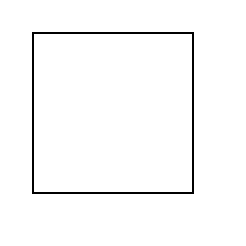
samsmithnz/SatisfactoryPlanning keeps this draw.io diagram as Untitled Diagram.drawio. Above is the earlier version. Source tidied: cells renumbered, new cells numbered last; positions are measured from the earlier drawing's top-left corner, leaving out a move shared by most shapes. Both pictures are drawn from the tidied source at 200%, with x=0, y=0 at pixel (32, 32).
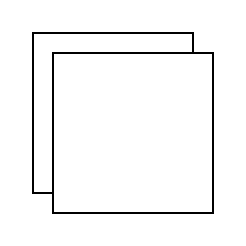
The same page after the edit.

The edit, as a diff of the source:
```diff
@@
 <mxGraphModel>
   <root>
     <mxCell id="0" />
     <mxCell id="1" parent="0" />
     <mxCell id="2" style="whiteSpace=wrap;html=1;" parent="1" vertex="1">
       <mxGeometry width="80" height="80" as="geometry" />
     </mxCell>
+    <mxCell id="3" style="whiteSpace=wrap;html=1;" parent="1" vertex="1">
+      <mxGeometry x="10" y="10" width="80" height="80" as="geometry" />
+    </mxCell>
   </root>
 </mxGraphModel>
```
